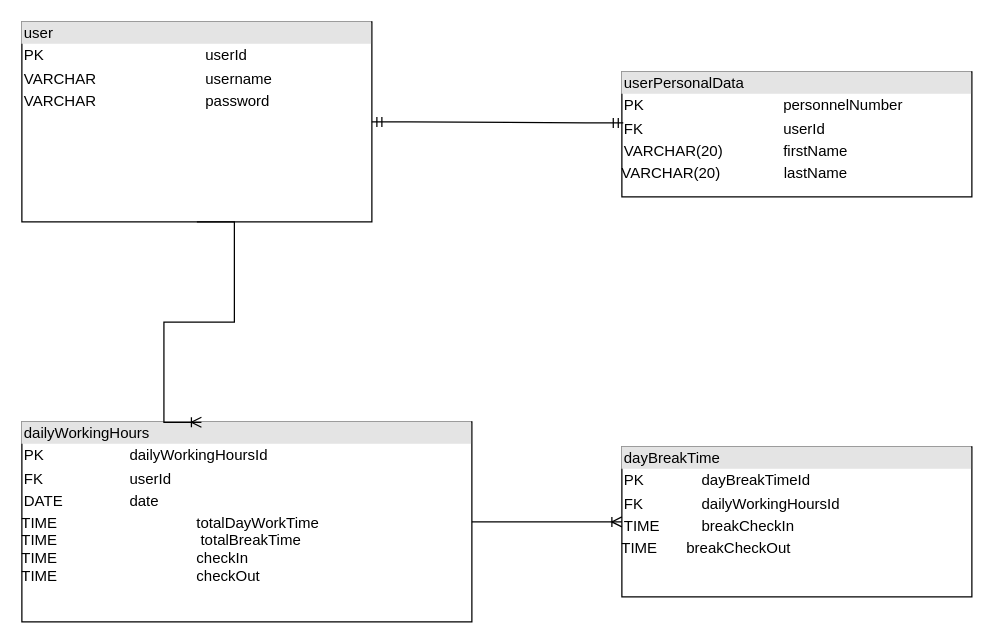
The draw.io diagram documentation/ermmodel.drawio in K0NRAD/track-it-002, before the edit. Source tidied: cells renumbered, new cells numbered last; positions are measured from the earlier drawing's top-left corner, leaving out a move shared by most shapes. Both pictures are drawn from the tidied source at 125%, with x=0, y=0 at pixel (21, 21).
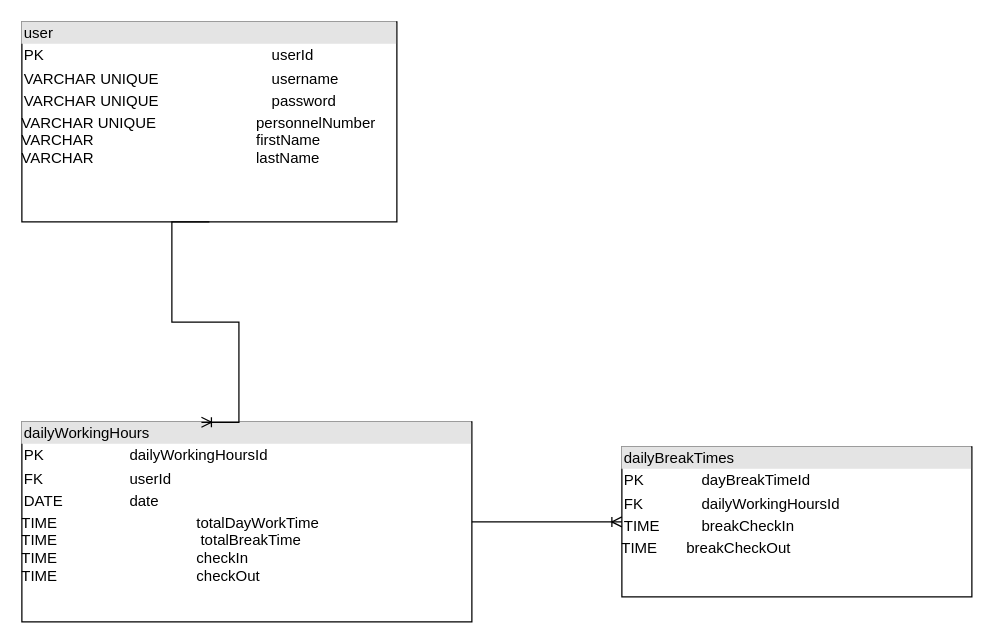
The same page after the edit.

Diff of the diagram source:
```diff
@@
 <mxGraphModel>
   <root>
     <mxCell id="0" />
     <mxCell id="1" parent="0" />
-    <mxCell id="2" value="&lt;div style=&quot;box-sizing: border-box ; width: 100% ; background: #e4e4e4 ; padding: 2px&quot;&gt;user&lt;/div&gt;&lt;table style=&quot;width: 100% ; font-size: 1em&quot; cellpadding=&quot;2&quot; cellspacing=&quot;0&quot;&gt;&lt;tbody&gt;&lt;tr&gt;&lt;td&gt;PK&lt;/td&gt;&lt;td&gt;userId&lt;/td&gt;&lt;/tr&gt;&lt;tr&gt;&lt;td&gt;VARCHAR&lt;/td&gt;&lt;td&gt;username&lt;/td&gt;&lt;/tr&gt;&lt;tr&gt;&lt;td&gt;VARCHAR&lt;/td&gt;&lt;td&gt;password&lt;/td&gt;&lt;/tr&gt;&lt;/tbody&gt;&lt;/table&gt;" style="verticalAlign=top;align=left;overflow=fill;html=1;" parent="1" vertex="1">
-      <mxGeometry width="280" height="160" as="geometry" />
+    <mxCell id="2" value="&lt;div style=&quot;box-sizing: border-box ; width: 100% ; background: #e4e4e4 ; padding: 2px&quot;&gt;user&lt;/div&gt;&lt;table style=&quot;width: 100% ; font-size: 1em&quot; cellpadding=&quot;2&quot; cellspacing=&quot;0&quot;&gt;&lt;tbody&gt;&lt;tr&gt;&lt;td&gt;PK&lt;/td&gt;&lt;td&gt;userId&lt;/td&gt;&lt;/tr&gt;&lt;tr&gt;&lt;td&gt;VARCHAR UNIQUE&lt;/td&gt;&lt;td&gt;username&lt;/td&gt;&lt;/tr&gt;&lt;tr&gt;&lt;td&gt;VARCHAR UNIQUE&lt;/td&gt;&lt;td&gt;password&lt;/td&gt;&lt;/tr&gt;&lt;/tbody&gt;&lt;/table&gt;VARCHAR UNIQUE&amp;nbsp; &amp;nbsp; &amp;nbsp; &amp;nbsp; &amp;nbsp; &amp;nbsp; &amp;nbsp; &amp;nbsp; &amp;nbsp; &amp;nbsp; &amp;nbsp; &amp;nbsp; personnelNumber&lt;br&gt;VARCHAR&amp;nbsp; &amp;nbsp; &amp;nbsp; &amp;nbsp; &amp;nbsp; &amp;nbsp; &amp;nbsp; &amp;nbsp; &amp;nbsp; &amp;nbsp; &amp;nbsp; &amp;nbsp; &amp;nbsp; &amp;nbsp; &amp;nbsp; &amp;nbsp; &amp;nbsp; &amp;nbsp; &amp;nbsp; &amp;nbsp;firstName&lt;br&gt;VARCHAR&amp;nbsp; &amp;nbsp; &amp;nbsp; &amp;nbsp; &amp;nbsp; &amp;nbsp; &amp;nbsp; &amp;nbsp; &amp;nbsp; &amp;nbsp; &amp;nbsp; &amp;nbsp; &amp;nbsp; &amp;nbsp; &amp;nbsp; &amp;nbsp; &amp;nbsp; &amp;nbsp; &amp;nbsp; &amp;nbsp;lastName" style="verticalAlign=top;align=left;overflow=fill;html=1;" parent="1" vertex="1">
+      <mxGeometry width="300" height="160" as="geometry" />
     </mxCell>
-    <mxCell id="3" value="&lt;div style=&quot;box-sizing: border-box ; width: 100% ; background: #e4e4e4 ; padding: 2px&quot;&gt;userPersonalData&lt;/div&gt;&lt;table style=&quot;width: 100% ; font-size: 1em&quot; cellpadding=&quot;2&quot; cellspacing=&quot;0&quot;&gt;&lt;tbody&gt;&lt;tr&gt;&lt;td&gt;PK&lt;/td&gt;&lt;td&gt;personnelNumber&lt;/td&gt;&lt;/tr&gt;&lt;tr&gt;&lt;td&gt;FK&lt;/td&gt;&lt;td&gt;userId&lt;br&gt;&lt;/td&gt;&lt;/tr&gt;&lt;tr&gt;&lt;td&gt;VARCHAR(20)&lt;/td&gt;&lt;td&gt;firstName&lt;/td&gt;&lt;/tr&gt;&lt;/tbody&gt;&lt;/table&gt;VARCHAR(20)&lt;span style=&quot;white-space: pre&quot;&gt;&#9;&lt;/span&gt;&amp;nbsp; &amp;nbsp; &amp;nbsp; &amp;nbsp;lastName" style="verticalAlign=top;align=left;overflow=fill;html=1;" parent="1" vertex="1">
-      <mxGeometry x="480" y="40" width="280" height="100" as="geometry" />
-    </mxCell>
-    <mxCell id="4" style="edgeStyle=entityRelationEdgeStyle;fontSize=12;html=1;endArrow=ERmandOne;startArrow=ERmandOne;rounded=0;exitX=1;exitY=0.5;exitDx=0;exitDy=0;entryX=0.004;entryY=0.408;entryDx=0;entryDy=0;entryPerimeter=0;" parent="1" edge="1" source="2" target="3">
-      <mxGeometry relative="1" as="geometry" />
-    </mxCell>
     <mxCell id="5" value="&lt;div style=&quot;box-sizing: border-box ; width: 100% ; background: #e4e4e4 ; padding: 2px&quot;&gt;dailyWorkingHours&lt;/div&gt;&lt;table style=&quot;width: 100% ; font-size: 1em&quot; cellpadding=&quot;2&quot; cellspacing=&quot;0&quot;&gt;&lt;tbody&gt;&lt;tr&gt;&lt;td&gt;PK&lt;/td&gt;&lt;td&gt;dailyWorkingHoursId&lt;/td&gt;&lt;/tr&gt;&lt;tr&gt;&lt;td&gt;FK&lt;/td&gt;&lt;td&gt;userId&lt;/td&gt;&lt;/tr&gt;&lt;tr&gt;&lt;td&gt;DATE&lt;/td&gt;&lt;td&gt;date&lt;/td&gt;&lt;/tr&gt;&lt;/tbody&gt;&lt;/table&gt;TIME&lt;span style=&quot;white-space: pre&quot;&gt;&#9;&lt;/span&gt;&lt;span style=&quot;white-space: pre&quot;&gt;&#9;&lt;/span&gt;&lt;span style=&quot;white-space: pre&quot;&gt;&#9;&lt;/span&gt;&amp;nbsp; &amp;nbsp; &amp;nbsp; &amp;nbsp; &amp;nbsp; totalDayWorkTime&lt;br&gt;TIME&lt;span style=&quot;white-space: pre&quot;&gt;&#9;&lt;/span&gt;&lt;span style=&quot;white-space: pre&quot;&gt;&#9;&lt;/span&gt;&amp;nbsp; &amp;nbsp; &amp;nbsp; &amp;nbsp; &amp;nbsp; &amp;nbsp; &amp;nbsp; &amp;nbsp; &amp;nbsp; &amp;nbsp;totalBreakTime&lt;br&gt;TIME&lt;span style=&quot;white-space: pre&quot;&gt;&#9;&lt;/span&gt;&lt;span style=&quot;white-space: pre&quot;&gt;&#9;&lt;/span&gt;&lt;span style=&quot;white-space: pre&quot;&gt;&#9;&lt;/span&gt;&amp;nbsp; &amp;nbsp; &amp;nbsp; &amp;nbsp; &amp;nbsp; checkIn&lt;br&gt;TIME&lt;span style=&quot;white-space: pre&quot;&gt;&#9;&lt;/span&gt;&lt;span style=&quot;white-space: pre&quot;&gt;&#9;&lt;/span&gt;&lt;span style=&quot;white-space: pre&quot;&gt;&#9;&lt;/span&gt;&amp;nbsp; &amp;nbsp; &amp;nbsp; &amp;nbsp; &amp;nbsp; checkOut" style="verticalAlign=top;align=left;overflow=fill;html=1;" parent="1" vertex="1">
       <mxGeometry y="320" width="360" height="160" as="geometry" />
     </mxCell>
-    <mxCell id="6" value="&lt;div style=&quot;box-sizing: border-box ; width: 100% ; background: #e4e4e4 ; padding: 2px&quot;&gt;dayBreakTime&lt;/div&gt;&lt;table style=&quot;width: 100% ; font-size: 1em&quot; cellpadding=&quot;2&quot; cellspacing=&quot;0&quot;&gt;&lt;tbody&gt;&lt;tr&gt;&lt;td&gt;PK&lt;/td&gt;&lt;td&gt;dayBreakTimeId&lt;/td&gt;&lt;/tr&gt;&lt;tr&gt;&lt;td&gt;FK&lt;/td&gt;&lt;td&gt;dailyWorkingHoursId&lt;/td&gt;&lt;/tr&gt;&lt;tr&gt;&lt;td&gt;TIME&lt;/td&gt;&lt;td&gt;breakCheckIn&lt;br&gt;&lt;/td&gt;&lt;/tr&gt;&lt;/tbody&gt;&lt;/table&gt;TIME&lt;span&gt;&#9;&lt;/span&gt;&amp;nbsp; &amp;nbsp; &amp;nbsp; breakCheckOut" style="verticalAlign=top;align=left;overflow=fill;html=1;" parent="1" vertex="1">
+    <mxCell id="6" value="&lt;div style=&quot;box-sizing: border-box ; width: 100% ; background: #e4e4e4 ; padding: 2px&quot;&gt;dailyBreakTimes&lt;/div&gt;&lt;table style=&quot;width: 100% ; font-size: 1em&quot; cellpadding=&quot;2&quot; cellspacing=&quot;0&quot;&gt;&lt;tbody&gt;&lt;tr&gt;&lt;td&gt;PK&lt;/td&gt;&lt;td&gt;dayBreakTimeId&lt;/td&gt;&lt;/tr&gt;&lt;tr&gt;&lt;td&gt;FK&lt;/td&gt;&lt;td&gt;dailyWorkingHoursId&lt;/td&gt;&lt;/tr&gt;&lt;tr&gt;&lt;td&gt;TIME&lt;/td&gt;&lt;td&gt;breakCheckIn&lt;br&gt;&lt;/td&gt;&lt;/tr&gt;&lt;/tbody&gt;&lt;/table&gt;TIME&lt;span&gt;&#9;&lt;/span&gt;&amp;nbsp; &amp;nbsp; &amp;nbsp; breakCheckOut" style="verticalAlign=top;align=left;overflow=fill;html=1;" parent="1" vertex="1">
       <mxGeometry x="480" y="340" width="280" height="120" as="geometry" />
     </mxCell>
     <mxCell id="7" style="edgeStyle=entityRelationEdgeStyle;fontSize=12;html=1;endArrow=ERoneToMany;rounded=0;exitX=1;exitY=0.5;exitDx=0;exitDy=0;entryX=0;entryY=0.5;entryDx=0;entryDy=0;" parent="1" edge="1" source="5" target="6">
       <mxGeometry relative="1" as="geometry" />
     </mxCell>
     <mxCell id="8" style="edgeStyle=entityRelationEdgeStyle;fontSize=12;html=1;endArrow=ERoneToMany;rounded=0;exitX=0.5;exitY=1;exitDx=0;exitDy=0;entryX=0.399;entryY=0.002;entryDx=0;entryDy=0;entryPerimeter=0;" parent="1" edge="1" source="2" target="5">
       <mxGeometry relative="1" as="geometry" />
     </mxCell>
   </root>
 </mxGraphModel>
```
